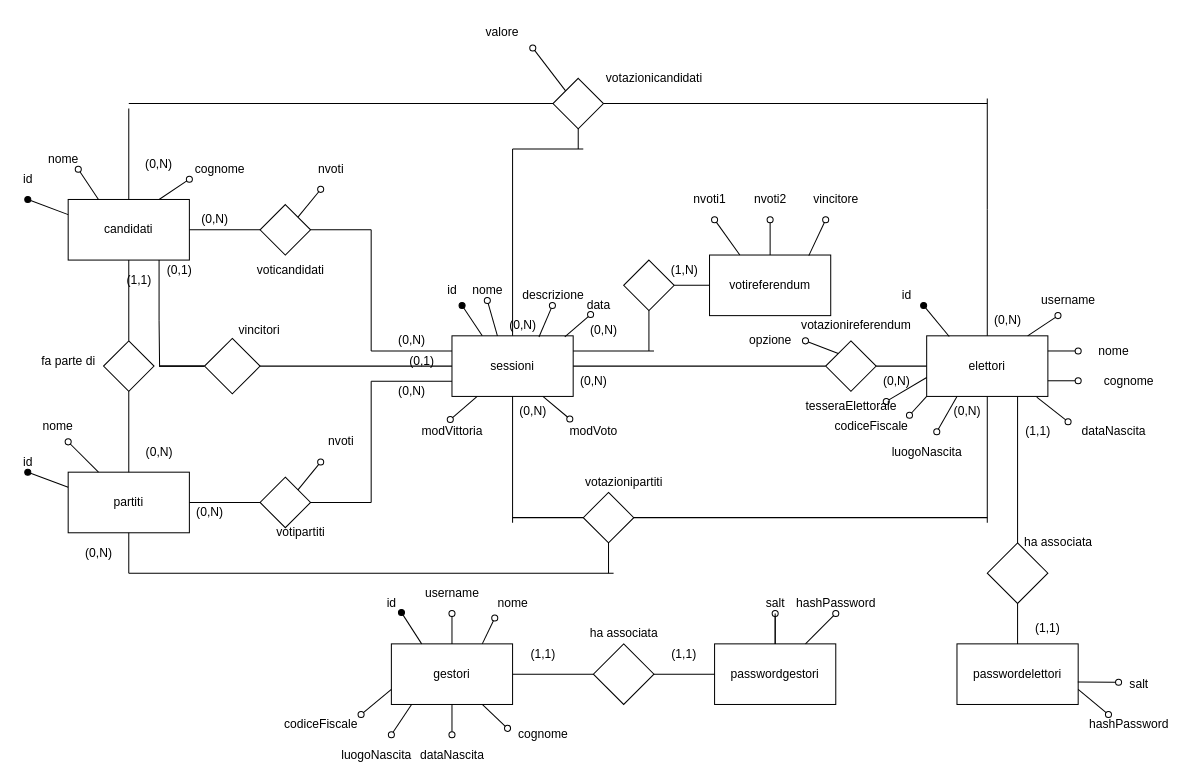
Before: docs/Scherma ER.drawio in gbrsni/votoElettronico, a draw.io diagram. Source tidied: cells renumbered, new cells numbered last; positions are measured from the earlier drawing's top-left corner, leaving out a move shared by most shapes. Both pictures are drawn from the tidied source at 101%, with x=0, y=0 at pixel (17, 17).
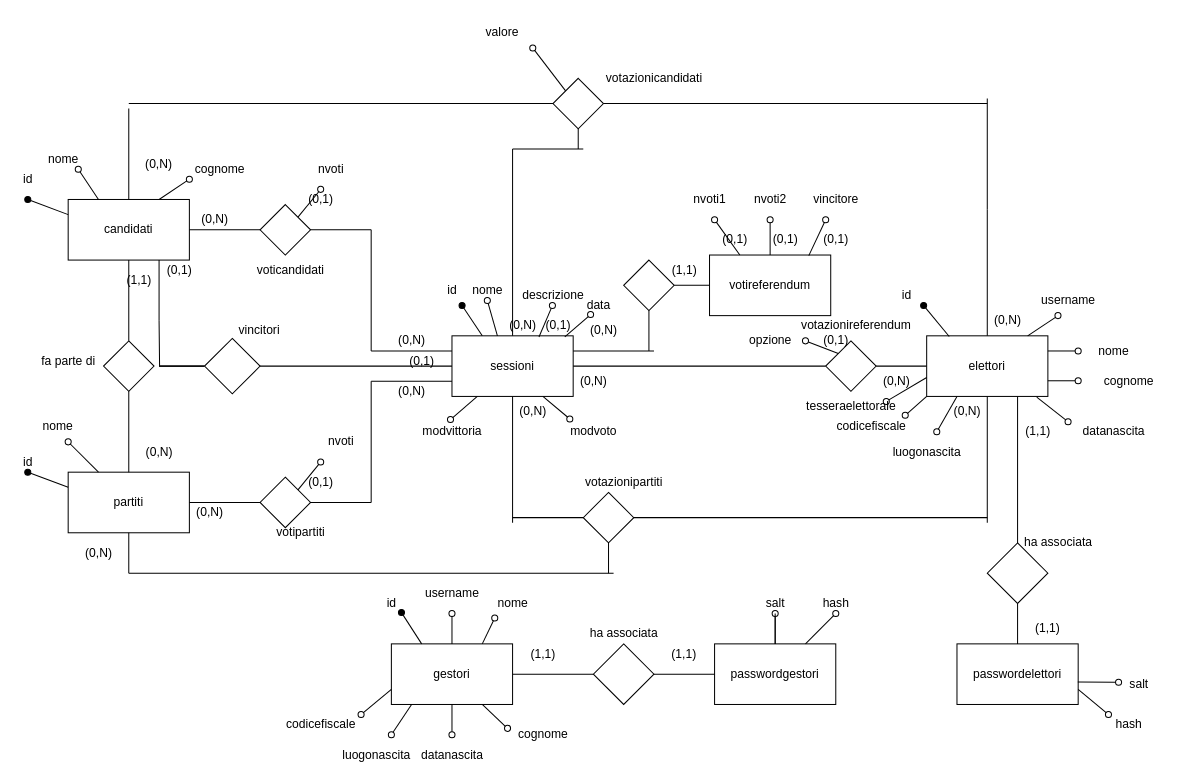
The same diagram, later.

Commit message:
modifica cardinalità

The edit, as a diff of the source:
```diff
@@
-    <mxCell id="94" value="codiceFiscale" style="text;html=1;align=center;verticalAlign=middle;points=[];strokeColor=none;fillColor=none;" parent="1" vertex="1">
-      <mxGeometry x="800" y="395" width="90" height="20" as="geometry" />
+    <mxCell id="94" value="codicefiscale" style="text;html=1;align=center;verticalAlign=middle;points=[];strokeColor=none;fillColor=none;" parent="1" vertex="1">
+      <mxGeometry x="805" y="395" width="80" height="20" as="geometry" />
     </mxCell>
-    <mxCell id="95" value="dataNascita" style="text;html=1;align=center;verticalAlign=middle;strokeColor=none;fillColor=none;" parent="1" vertex="1">
+    <mxCell id="95" value="datanascita" style="text;html=1;align=center;verticalAlign=middle;strokeColor=none;fillColor=none;" parent="1" vertex="1">
       <mxGeometry x="1045" y="400" width="80" height="20" as="geometry" />
     </mxCell>
@@
-    <mxCell id="98" value="luogoNascita" style="text;html=1;align=center;verticalAlign=middle;strokeColor=none;fillColor=none;" parent="1" vertex="1">
+    <mxCell id="98" value="luogonascita" style="text;html=1;align=center;verticalAlign=middle;strokeColor=none;fillColor=none;" parent="1" vertex="1">
       <mxGeometry x="860" y="420" width="80" height="20" as="geometry" />
     </mxCell>
@@
-    <mxCell id="107" value="dataNascita" style="text;html=1;align=center;verticalAlign=middle;strokeColor=none;fillColor=none;" parent="1" vertex="1">
+    <mxCell id="107" value="datanascita" style="text;html=1;align=center;verticalAlign=middle;strokeColor=none;fillColor=none;" parent="1" vertex="1">
       <mxGeometry x="390" y="720" width="80" height="20" as="geometry" />
     </mxCell>
@@
-    <mxCell id="110" value="luogoNascita" style="text;html=1;align=center;verticalAlign=middle;strokeColor=none;fillColor=none;" parent="1" vertex="1">
+    <mxCell id="110" value="luogonascita" style="text;html=1;align=center;verticalAlign=middle;strokeColor=none;fillColor=none;" parent="1" vertex="1">
       <mxGeometry x="315" y="720" width="80" height="20" as="geometry" />
     </mxCell>
@@
-    <mxCell id="112" value="tesseraElettorale" style="text;html=1;align=center;verticalAlign=middle;strokeColor=none;fillColor=none;" parent="1" vertex="1">
-      <mxGeometry x="770" y="375" width="110" height="20" as="geometry" />
+    <mxCell id="112" value="tesseraelettorale" style="text;html=1;align=center;verticalAlign=middle;strokeColor=none;fillColor=none;" parent="1" vertex="1">
+      <mxGeometry x="775" y="375" width="100" height="20" as="geometry" />
     </mxCell>
@@
-    <mxCell id="114" value="codiceFiscale" style="text;html=1;align=center;verticalAlign=middle;strokeColor=none;fillColor=none;" parent="1" vertex="1">
-      <mxGeometry x="255" y="690" width="90" height="20" as="geometry" />
+    <mxCell id="114" value="codicefiscale" style="text;html=1;align=center;verticalAlign=middle;strokeColor=none;fillColor=none;" parent="1" vertex="1">
+      <mxGeometry x="260" y="690" width="80" height="20" as="geometry" />
     </mxCell>
@@
-    <mxCell id="119" value="hashPassword" style="text;html=1;align=center;verticalAlign=middle;strokeColor=none;fillColor=none;" parent="1" vertex="1">
-      <mxGeometry x="765" y="570" width="90" height="20" as="geometry" />
+    <mxCell id="119" value="hash" style="text;html=1;align=center;verticalAlign=middle;strokeColor=none;fillColor=none;" parent="1" vertex="1">
+      <mxGeometry x="790" y="570" width="40" height="20" as="geometry" />
     </mxCell>
@@
-    <mxCell id="123" value="hashPassword" style="text;html=1;align=center;verticalAlign=middle;strokeColor=none;fillColor=none;" parent="1" vertex="1">
-      <mxGeometry x="1055" y="690" width="90" height="20" as="geometry" />
+    <mxCell id="123" value="hash" style="text;html=1;align=center;verticalAlign=middle;strokeColor=none;fillColor=none;" parent="1" vertex="1">
+      <mxGeometry x="1080" y="690" width="40" height="20" as="geometry" />
     </mxCell>
@@
-    <mxCell id="135" value="modVoto" style="text;html=1;align=center;verticalAlign=middle;points=[];strokeColor=none;fillColor=none;" parent="1" vertex="1">
+    <mxCell id="135" value="modvoto" style="text;html=1;align=center;verticalAlign=middle;points=[];strokeColor=none;fillColor=none;" parent="1" vertex="1">
       <mxGeometry x="540" y="400" width="60" height="20" as="geometry" />
     </mxCell>
@@
-    <mxCell id="137" value="modVittoria" style="text;html=1;align=center;verticalAlign=middle;points=[];strokeColor=none;fillColor=none;" parent="1" vertex="1">
-      <mxGeometry x="390" y="400" width="80" height="20" as="geometry" />
+    <mxCell id="137" value="modvittoria" style="text;html=1;align=center;verticalAlign=middle;points=[];strokeColor=none;fillColor=none;" parent="1" vertex="1">
+      <mxGeometry x="395" y="400" width="70" height="20" as="geometry" />
     </mxCell>
@@
-    <mxCell id="162" value="(1,N)" style="text;html=1;align=center;verticalAlign=middle;strokeColor=none;fillColor=none;" parent="1" vertex="1">
+    <mxCell id="162" value="(1,1)" style="text;html=1;align=center;verticalAlign=middle;strokeColor=none;fillColor=none;" parent="1" vertex="1">
       <mxGeometry x="640" y="240" width="40" height="20" as="geometry" />
     </mxCell>
@@
+    <mxCell id="164" value="(0,1)" style="text;html=1;align=center;verticalAlign=middle;strokeColor=none;fillColor=none;" parent="1" vertex="1">
+      <mxGeometry x="515" y="295" width="40" height="20" as="geometry" />
+    </mxCell>
+    <mxCell id="165" value="(0,1)" style="text;html=1;align=center;verticalAlign=middle;strokeColor=none;fillColor=none;" parent="1" vertex="1">
+      <mxGeometry x="280" y="170" width="40" height="20" as="geometry" />
+    </mxCell>
+    <mxCell id="166" value="(0,1)" style="text;html=1;align=center;verticalAlign=middle;strokeColor=none;fillColor=none;" parent="1" vertex="1">
+      <mxGeometry x="280" y="450" width="40" height="20" as="geometry" />
+    </mxCell>
+    <mxCell id="167" value="(0,1)" style="text;html=1;align=center;verticalAlign=middle;strokeColor=none;fillColor=none;" parent="1" vertex="1">
+      <mxGeometry x="690" y="210" width="40" height="20" as="geometry" />
+    </mxCell>
+    <mxCell id="168" value="(0,1)" style="text;html=1;align=center;verticalAlign=middle;strokeColor=none;fillColor=none;" parent="1" vertex="1">
+      <mxGeometry x="740" y="210" width="40" height="20" as="geometry" />
+    </mxCell>
+    <mxCell id="169" value="(0,1)" style="text;html=1;align=center;verticalAlign=middle;strokeColor=none;fillColor=none;" parent="1" vertex="1">
+      <mxGeometry x="790" y="210" width="40" height="20" as="geometry" />
+    </mxCell>
+    <mxCell id="170" value="(0,1)" style="text;html=1;align=center;verticalAlign=middle;strokeColor=none;fillColor=none;" parent="1" vertex="1">
+      <mxGeometry x="790" y="310" width="40" height="20" as="geometry" />
+    </mxCell>
```
